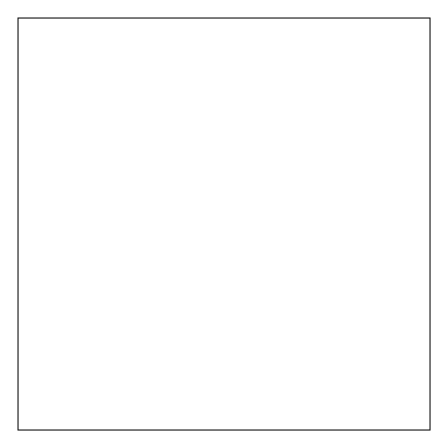
The draw.io diagram trading-app.drawio in LuisAcev/trading-app, before the edit. Source tidied: cells renumbered, new cells numbered last; positions are measured from the earlier drawing's top-left corner, leaving out a move shared by most shapes. Both pictures are drawn from the tidied source at 103%, with x=0, y=0 at pixel (18, 18).
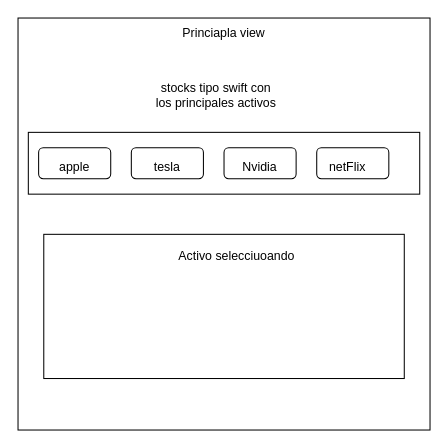
After the change.

What changed in the source:
```diff
@@
 <mxGraphModel>
   <root>
     <mxCell id="0" />
     <mxCell id="1" parent="0" />
     <mxCell id="2" style="whiteSpace=wrap;html=1;" parent="1" vertex="1">
       <mxGeometry width="400" height="400" as="geometry" />
     </mxCell>
+    <mxCell id="3" style="rounded=0;whiteSpace=wrap;html=1;" parent="1" vertex="1">
+      <mxGeometry x="10" y="111" width="380" height="60" as="geometry" />
+    </mxCell>
+    <mxCell id="4" value="Princiapla view" style="text;html=1;align=center;verticalAlign=middle;whiteSpace=wrap;rounded=0;" parent="1" vertex="1">
+      <mxGeometry x="5" width="390" height="30" as="geometry" />
+    </mxCell>
+    <mxCell id="5" style="rounded=1;whiteSpace=wrap;html=1;" parent="1" vertex="1">
+      <mxGeometry x="20" y="126" width="70" height="30" as="geometry" />
+    </mxCell>
+    <mxCell id="6" style="rounded=1;whiteSpace=wrap;html=1;" parent="1" vertex="1">
+      <mxGeometry x="110" y="126" width="70" height="30" as="geometry" />
+    </mxCell>
+    <mxCell id="7" style="rounded=1;whiteSpace=wrap;html=1;" parent="1" vertex="1">
+      <mxGeometry x="200" y="126" width="70" height="30" as="geometry" />
+    </mxCell>
+    <mxCell id="8" style="rounded=1;whiteSpace=wrap;html=1;" parent="1" vertex="1">
+      <mxGeometry x="290" y="126" width="70" height="30" as="geometry" />
+    </mxCell>
+    <mxCell id="9" value="stocks tipo swift con los principales activos" style="text;html=1;align=center;verticalAlign=middle;whiteSpace=wrap;rounded=0;" parent="1" vertex="1">
+      <mxGeometry x="130" y="60" width="125" height="30" as="geometry" />
+    </mxCell>
+    <mxCell id="10" value="apple" style="text;html=1;align=center;verticalAlign=middle;whiteSpace=wrap;rounded=0;" parent="1" vertex="1">
+      <mxGeometry x="25" y="130" width="60" height="30" as="geometry" />
+    </mxCell>
+    <mxCell id="11" value="tesla" style="text;html=1;align=center;verticalAlign=middle;whiteSpace=wrap;rounded=0;" parent="1" vertex="1">
+      <mxGeometry x="115" y="130" width="60" height="30" as="geometry" />
+    </mxCell>
+    <mxCell id="12" value="Nvidia" style="text;html=1;align=center;verticalAlign=middle;whiteSpace=wrap;rounded=0;" parent="1" vertex="1">
+      <mxGeometry x="205" y="130" width="60" height="30" as="geometry" />
+    </mxCell>
+    <mxCell id="13" value="netFlix" style="text;html=1;align=center;verticalAlign=middle;whiteSpace=wrap;rounded=0;" parent="1" vertex="1">
+      <mxGeometry x="290" y="130" width="60" height="30" as="geometry" />
+    </mxCell>
+    <mxCell id="14" style="rounded=0;whiteSpace=wrap;html=1;" parent="1" vertex="1">
+      <mxGeometry x="25" y="210" width="350" height="140" as="geometry" />
+    </mxCell>
+    <mxCell id="15" value="Activo selecciuoando" style="text;html=1;align=center;verticalAlign=middle;whiteSpace=wrap;rounded=0;" parent="1" vertex="1">
+      <mxGeometry x="150" y="216" width="125" height="30" as="geometry" />
+    </mxCell>
   </root>
 </mxGraphModel>
```
